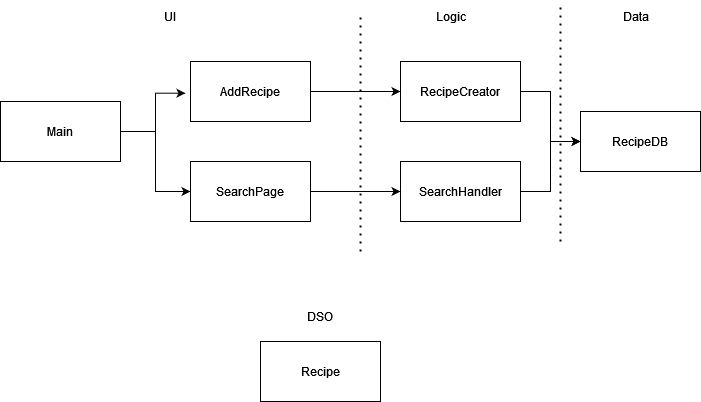
Before: architecture.png, a diagram exported from draw.io (ThreshvsGaming/Tastebud). Source tidied: cells renumbered, new cells last; positions are measured from the earlier drawing's top-left corner, leaving out a move shared by most shapes. The source it was exported from:
```xml
<mxGraphModel>
  <root>
    <mxCell id="0" />
    <mxCell id="1" parent="0" />
    <mxCell id="2" value="UI" style="text;html=1;strokeColor=none;fillColor=none;align=center;verticalAlign=middle;whiteSpace=wrap;rounded=0;" parent="1" vertex="1">
      <mxGeometry x="140" width="60" height="30" as="geometry" />
    </mxCell>
    <mxCell id="3" value="Logic" style="text;html=1;align=center;verticalAlign=middle;strokeColor=none;fillColor=none;" parent="1" vertex="1">
      <mxGeometry x="425" width="50" height="30" as="geometry" />
    </mxCell>
    <mxCell id="4" value="&lt;div&gt;Data&lt;/div&gt;" style="text;html=1;align=center;verticalAlign=middle;strokeColor=none;fillColor=none;" parent="1" vertex="1">
      <mxGeometry x="610" width="50" height="30" as="geometry" />
    </mxCell>
    <mxCell id="5" value="DSO" style="text;html=1;strokeColor=none;fillColor=none;align=center;verticalAlign=middle;whiteSpace=wrap;rounded=0;" parent="1" vertex="1">
      <mxGeometry x="290" y="300" width="60" height="30" as="geometry" />
    </mxCell>
    <mxCell id="6" style="edgeStyle=orthogonalEdgeStyle;rounded=0;jettySize=auto;html=1;exitX=1;exitY=0.5;exitDx=0;exitDy=0;entryX=0;entryY=0.5;entryDx=0;entryDy=0;" parent="1" edge="1" source="7" target="13">
      <mxGeometry relative="1" as="geometry" />
    </mxCell>
    <mxCell id="7" value="&lt;div&gt;RecipeCreator&lt;/div&gt;" style="rounded=0;whiteSpace=wrap;html=1;" parent="1" vertex="1">
      <mxGeometry x="400" y="60" width="120" height="60" as="geometry" />
    </mxCell>
    <mxCell id="8" style="edgeStyle=orthogonalEdgeStyle;rounded=0;jettySize=auto;html=1;exitX=1;exitY=0.5;exitDx=0;exitDy=0;entryX=-0.042;entryY=0.528;entryDx=0;entryDy=0;entryPerimeter=0;" parent="1" edge="1" source="10" target="15">
      <mxGeometry relative="1" as="geometry" />
    </mxCell>
    <mxCell id="9" style="edgeStyle=orthogonalEdgeStyle;rounded=0;jettySize=auto;html=1;exitX=1;exitY=0.5;exitDx=0;exitDy=0;entryX=0;entryY=0.5;entryDx=0;entryDy=0;" parent="1" edge="1" source="10" target="17">
      <mxGeometry relative="1" as="geometry" />
    </mxCell>
    <mxCell id="10" value="Main" style="rounded=0;whiteSpace=wrap;html=1;" parent="1" vertex="1">
      <mxGeometry y="100" width="120" height="60" as="geometry" />
    </mxCell>
    <mxCell id="11" style="edgeStyle=orthogonalEdgeStyle;rounded=0;jettySize=auto;html=1;exitX=1;exitY=0.5;exitDx=0;exitDy=0;entryX=0;entryY=0.5;entryDx=0;entryDy=0;" parent="1" edge="1" source="12" target="13">
      <mxGeometry relative="1" as="geometry" />
    </mxCell>
    <mxCell id="12" value="&lt;div&gt;SearchHandler&lt;/div&gt;" style="rounded=0;whiteSpace=wrap;html=1;" parent="1" vertex="1">
      <mxGeometry x="400" y="160" width="120" height="60" as="geometry" />
    </mxCell>
    <mxCell id="13" value="RecipeDB" style="rounded=0;whiteSpace=wrap;html=1;" parent="1" vertex="1">
      <mxGeometry x="580" y="110" width="120" height="60" as="geometry" />
    </mxCell>
    <mxCell id="14" style="edgeStyle=orthogonalEdgeStyle;rounded=0;jettySize=auto;html=1;exitX=1;exitY=0.5;exitDx=0;exitDy=0;" parent="1" edge="1" source="15">
      <mxGeometry relative="1" as="geometry">
        <mxPoint x="400" y="90" as="targetPoint" />
      </mxGeometry>
    </mxCell>
    <mxCell id="15" value="AddRecipe" style="rounded=0;whiteSpace=wrap;html=1;" parent="1" vertex="1">
      <mxGeometry x="190" y="60" width="120" height="60" as="geometry" />
    </mxCell>
    <mxCell id="16" style="edgeStyle=orthogonalEdgeStyle;rounded=0;jettySize=auto;html=1;exitX=1;exitY=0.5;exitDx=0;exitDy=0;entryX=0;entryY=0.5;entryDx=0;entryDy=0;" parent="1" edge="1" source="17" target="12">
      <mxGeometry relative="1" as="geometry" />
    </mxCell>
    <mxCell id="17" value="SearchPage" style="rounded=0;whiteSpace=wrap;html=1;" parent="1" vertex="1">
      <mxGeometry x="190" y="160" width="120" height="60" as="geometry" />
    </mxCell>
    <mxCell id="18" value="Recipe" style="rounded=0;whiteSpace=wrap;html=1;" parent="1" vertex="1">
      <mxGeometry x="260" y="340" width="120" height="60" as="geometry" />
    </mxCell>
    <mxCell id="19" style="endArrow=none;dashed=1;html=1;dashPattern=1 3;strokeWidth=2;rounded=0;" parent="1" edge="1">
      <mxGeometry relative="1" as="geometry">
        <mxPoint x="360" y="250" as="sourcePoint" />
        <mxPoint x="360" y="10" as="targetPoint" />
      </mxGeometry>
    </mxCell>
    <mxCell id="20" style="endArrow=none;dashed=1;html=1;dashPattern=1 3;strokeWidth=2;rounded=0;" parent="1" edge="1">
      <mxGeometry relative="1" as="geometry">
        <mxPoint x="560" y="240" as="sourcePoint" />
        <mxPoint x="560" as="targetPoint" />
      </mxGeometry>
    </mxCell>
  </root>
</mxGraphModel>
```
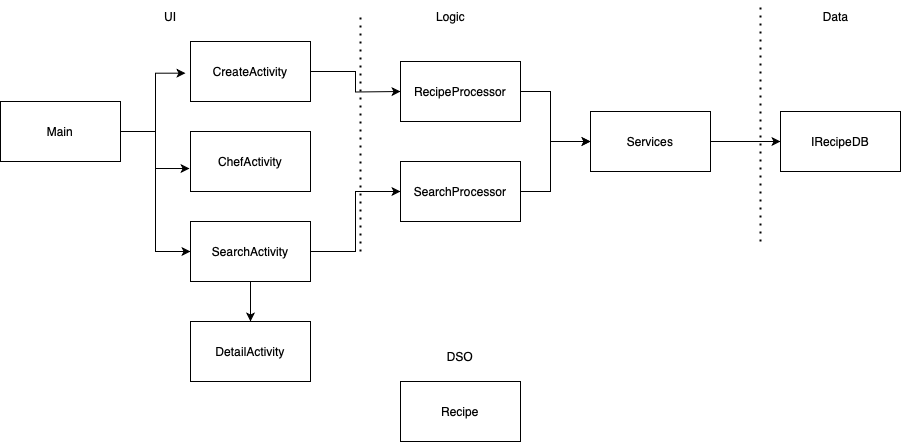
The same diagram one commit later.

Change to the diagram source:
```diff
@@ -9,15 +9,21 @@
       <mxGeometry x="425" width="50" height="30" as="geometry" />
     </mxCell>
     <mxCell id="4" value="&lt;div&gt;Data&lt;/div&gt;" style="text;html=1;align=center;verticalAlign=middle;strokeColor=none;fillColor=none;" parent="1" vertex="1">
-      <mxGeometry x="610" width="50" height="30" as="geometry" />
+      <mxGeometry x="810" width="50" height="30" as="geometry" />
     </mxCell>
     <mxCell id="5" value="DSO" style="text;html=1;strokeColor=none;fillColor=none;align=center;verticalAlign=middle;whiteSpace=wrap;rounded=0;" parent="1" vertex="1">
-      <mxGeometry x="290" y="300" width="60" height="30" as="geometry" />
+      <mxGeometry x="430" y="340" width="60" height="30" as="geometry" />
     </mxCell>
-    <mxCell id="6" style="edgeStyle=orthogonalEdgeStyle;rounded=0;jettySize=auto;html=1;exitX=1;exitY=0.5;exitDx=0;exitDy=0;entryX=0;entryY=0.5;entryDx=0;entryDy=0;" parent="1" edge="1" source="7" target="13">
-      <mxGeometry relative="1" as="geometry" />
+    <mxCell id="6" style="edgeStyle=orthogonalEdgeStyle;rounded=0;jettySize=auto;html=1;exitX=1;exitY=0.5;exitDx=0;exitDy=0;" parent="1" edge="1" source="7">
+      <mxGeometry relative="1" as="geometry">
+        <mxPoint x="590" y="140" as="targetPoint" />
+        <Array as="points">
+          <mxPoint x="550" y="90" />
+          <mxPoint x="550" y="140" />
+        </Array>
+      </mxGeometry>
     </mxCell>
-    <mxCell id="7" value="&lt;div&gt;RecipeCreator&lt;/div&gt;" style="rounded=0;whiteSpace=wrap;html=1;" parent="1" vertex="1">
+    <mxCell id="7" value="&lt;div&gt;RecipeProcessor&lt;/div&gt;" style="rounded=0;whiteSpace=wrap;html=1;" parent="1" vertex="1">
       <mxGeometry x="400" y="60" width="120" height="60" as="geometry" />
     </mxCell>
     <mxCell id="8" style="edgeStyle=orthogonalEdgeStyle;rounded=0;jettySize=auto;html=1;exitX=1;exitY=0.5;exitDx=0;exitDy=0;entryX=-0.042;entryY=0.528;entryDx=0;entryDy=0;entryPerimeter=0;" parent="1" edge="1" source="10" target="15">
@@ -26,34 +32,46 @@
     <mxCell id="9" style="edgeStyle=orthogonalEdgeStyle;rounded=0;jettySize=auto;html=1;exitX=1;exitY=0.5;exitDx=0;exitDy=0;entryX=0;entryY=0.5;entryDx=0;entryDy=0;" parent="1" edge="1" source="10" target="17">
       <mxGeometry relative="1" as="geometry" />
     </mxCell>
+    <mxCell id="21" style="edgeStyle=orthogonalEdgeStyle;rounded=0;jettySize=auto;html=1;entryX=-0.008;entryY=0.617;entryDx=0;entryDy=0;entryPerimeter=0;" parent="1" edge="1" source="10" target="25">
+      <mxGeometry relative="1" as="geometry" />
+    </mxCell>
     <mxCell id="10" value="Main" style="rounded=0;whiteSpace=wrap;html=1;" parent="1" vertex="1">
       <mxGeometry y="100" width="120" height="60" as="geometry" />
     </mxCell>
-    <mxCell id="11" style="edgeStyle=orthogonalEdgeStyle;rounded=0;jettySize=auto;html=1;exitX=1;exitY=0.5;exitDx=0;exitDy=0;entryX=0;entryY=0.5;entryDx=0;entryDy=0;" parent="1" edge="1" source="12" target="13">
-      <mxGeometry relative="1" as="geometry" />
+    <mxCell id="11" style="edgeStyle=orthogonalEdgeStyle;rounded=0;jettySize=auto;html=1;exitX=1;exitY=0.5;exitDx=0;exitDy=0;" parent="1" edge="1" source="12">
+      <mxGeometry relative="1" as="geometry">
+        <mxPoint x="590" y="140" as="targetPoint" />
+        <Array as="points">
+          <mxPoint x="550" y="190" />
+          <mxPoint x="550" y="140" />
+        </Array>
+      </mxGeometry>
     </mxCell>
-    <mxCell id="12" value="&lt;div&gt;SearchHandler&lt;/div&gt;" style="rounded=0;whiteSpace=wrap;html=1;" parent="1" vertex="1">
+    <mxCell id="12" value="&lt;div&gt;SearchProcessor&lt;/div&gt;" style="rounded=0;whiteSpace=wrap;html=1;" parent="1" vertex="1">
       <mxGeometry x="400" y="160" width="120" height="60" as="geometry" />
     </mxCell>
-    <mxCell id="13" value="RecipeDB" style="rounded=0;whiteSpace=wrap;html=1;" parent="1" vertex="1">
-      <mxGeometry x="580" y="110" width="120" height="60" as="geometry" />
+    <mxCell id="13" value="IRecipeDB" style="rounded=0;whiteSpace=wrap;html=1;" parent="1" vertex="1">
+      <mxGeometry x="780" y="110" width="120" height="60" as="geometry" />
     </mxCell>
     <mxCell id="14" style="edgeStyle=orthogonalEdgeStyle;rounded=0;jettySize=auto;html=1;exitX=1;exitY=0.5;exitDx=0;exitDy=0;" parent="1" edge="1" source="15">
       <mxGeometry relative="1" as="geometry">
         <mxPoint x="400" y="90" as="targetPoint" />
       </mxGeometry>
     </mxCell>
-    <mxCell id="15" value="AddRecipe" style="rounded=0;whiteSpace=wrap;html=1;" parent="1" vertex="1">
-      <mxGeometry x="190" y="60" width="120" height="60" as="geometry" />
+    <mxCell id="15" value="CreateActivity" style="rounded=0;whiteSpace=wrap;html=1;" parent="1" vertex="1">
+      <mxGeometry x="190" y="40" width="120" height="60" as="geometry" />
     </mxCell>
     <mxCell id="16" style="edgeStyle=orthogonalEdgeStyle;rounded=0;jettySize=auto;html=1;exitX=1;exitY=0.5;exitDx=0;exitDy=0;entryX=0;entryY=0.5;entryDx=0;entryDy=0;" parent="1" edge="1" source="17" target="12">
       <mxGeometry relative="1" as="geometry" />
     </mxCell>
+    <mxCell id="22" style="edgeStyle=orthogonalEdgeStyle;rounded=0;jettySize=auto;html=1;entryX=0.5;entryY=0;entryDx=0;entryDy=0;" parent="1" edge="1" source="17" target="26">
+      <mxGeometry relative="1" as="geometry" />
+    </mxCell>
-    <mxCell id="17" value="SearchPage" style="rounded=0;whiteSpace=wrap;html=1;" parent="1" vertex="1">
-      <mxGeometry x="190" y="160" width="120" height="60" as="geometry" />
+    <mxCell id="17" value="SearchActivity" style="rounded=0;whiteSpace=wrap;html=1;" parent="1" vertex="1">
+      <mxGeometry x="190" y="220" width="120" height="60" as="geometry" />
     </mxCell>
     <mxCell id="18" value="Recipe" style="rounded=0;whiteSpace=wrap;html=1;" parent="1" vertex="1">
-      <mxGeometry x="260" y="340" width="120" height="60" as="geometry" />
+      <mxGeometry x="400" y="380" width="120" height="60" as="geometry" />
     </mxCell>
     <mxCell id="19" style="endArrow=none;dashed=1;html=1;dashPattern=1 3;strokeWidth=2;rounded=0;" parent="1" edge="1">
       <mxGeometry relative="1" as="geometry">
@@ -63,9 +81,21 @@
     </mxCell>
     <mxCell id="20" style="endArrow=none;dashed=1;html=1;dashPattern=1 3;strokeWidth=2;rounded=0;" parent="1" edge="1">
       <mxGeometry relative="1" as="geometry">
-        <mxPoint x="560" y="240" as="sourcePoint" />
-        <mxPoint x="560" as="targetPoint" />
+        <mxPoint x="760" y="240" as="sourcePoint" />
+        <mxPoint x="760" as="targetPoint" />
       </mxGeometry>
     </mxCell>
+    <mxCell id="23" style="edgeStyle=orthogonalEdgeStyle;rounded=0;jettySize=auto;html=1;exitX=1;exitY=0.5;exitDx=0;exitDy=0;entryX=0;entryY=0.5;entryDx=0;entryDy=0;" parent="1" edge="1" source="24" target="13">
+      <mxGeometry relative="1" as="geometry" />
+    </mxCell>
+    <mxCell id="24" value="&lt;div&gt;Services&lt;/div&gt;" style="rounded=0;whiteSpace=wrap;html=1;" parent="1" vertex="1">
+      <mxGeometry x="590" y="110" width="120" height="60" as="geometry" />
+    </mxCell>
+    <mxCell id="25" value="ChefActivity" style="rounded=0;whiteSpace=wrap;html=1;" parent="1" vertex="1">
+      <mxGeometry x="190" y="130" width="120" height="60" as="geometry" />
+    </mxCell>
+    <mxCell id="26" value="DetailActivity" style="rounded=0;whiteSpace=wrap;html=1;" parent="1" vertex="1">
+      <mxGeometry x="190" y="320" width="120" height="60" as="geometry" />
+    </mxCell>
   </root>
 </mxGraphModel>
```
